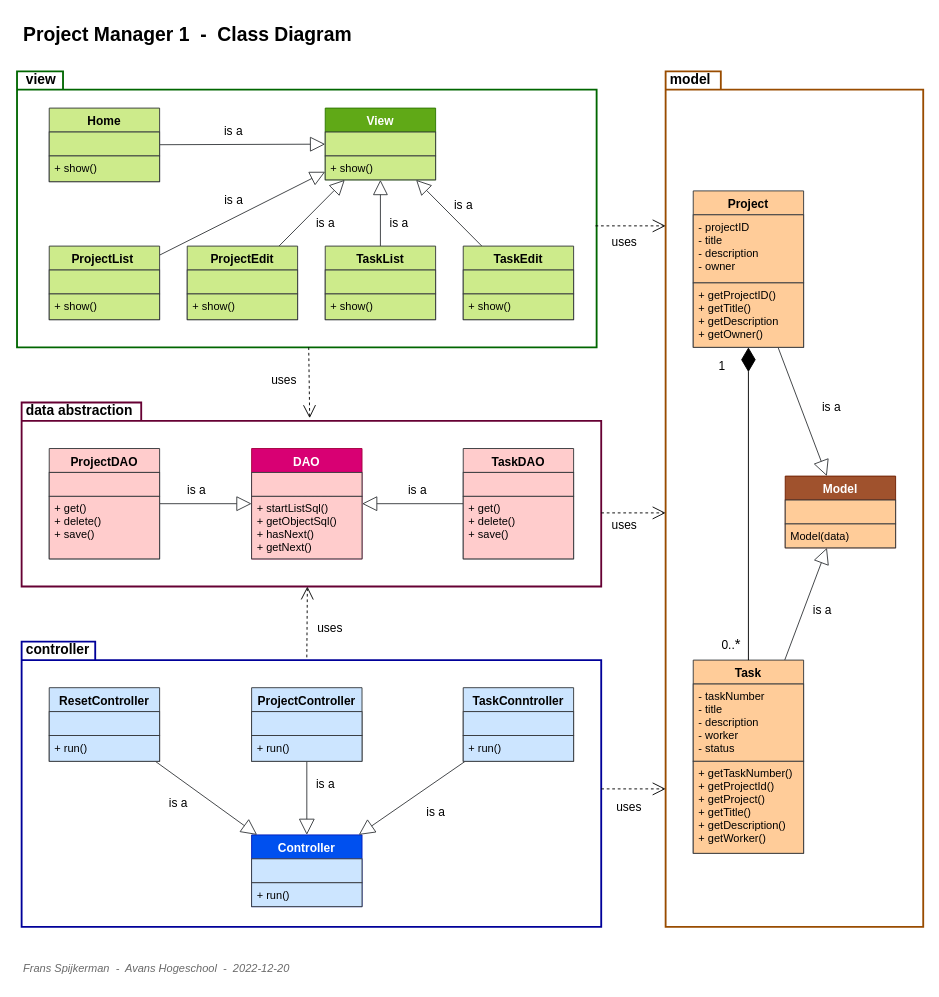
Above: doc/Class_Diagram.drawio in spijkerbak/project-manager-1 (draw.io), before the change. Source tidied: cells renumbered, new cells numbered last; positions are measured from the earlier drawing's top-left corner, leaving out a move shared by most shapes. Both pictures are drawn from the tidied source at 92%, with x=0, y=0 at pixel (17, 16).
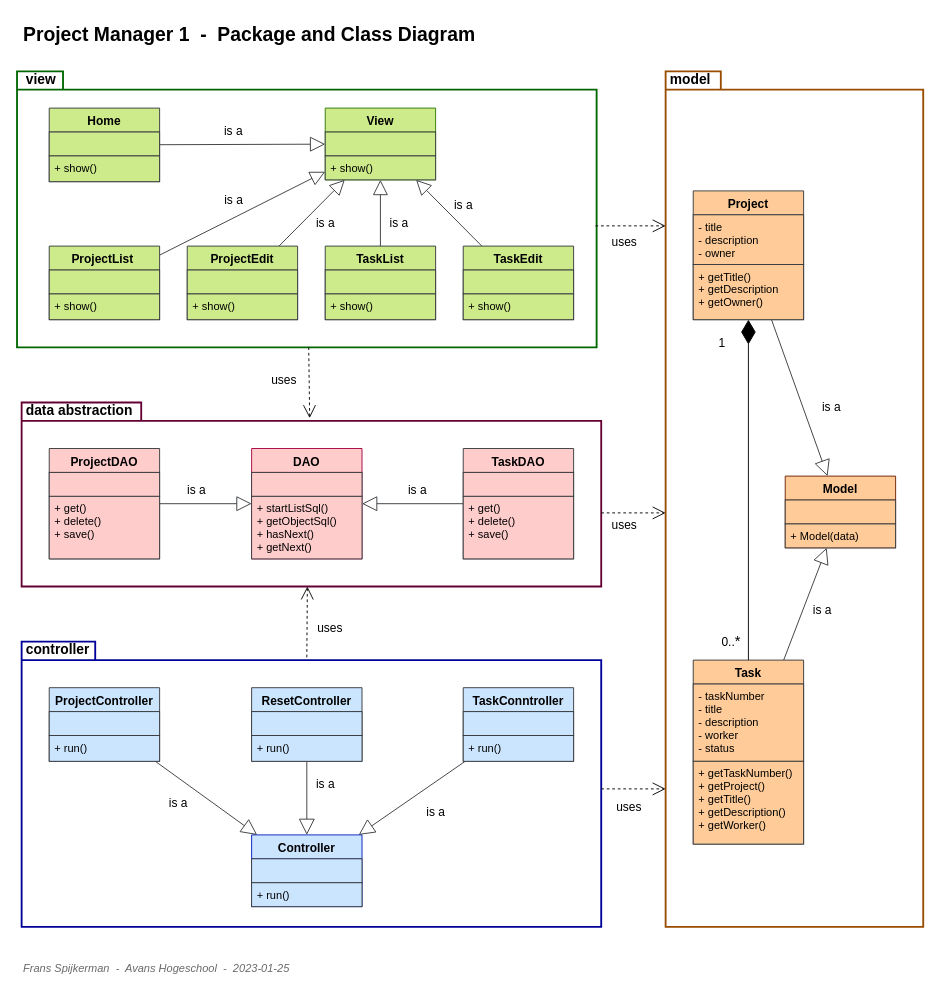
The same page after the edit.

Diff of the diagram source:
```diff
@@
-    <mxCell id="6" value="View" style="swimlane;fontStyle=1;align=center;verticalAlign=top;horizontal=1;startSize=26;rounded=0;shadow=0;strokeWidth=1;fillColor=#60a917;strokeColor=#2D7600;fontSize=13;fontColor=#ffffff;" parent="1" vertex="1">
+    <mxCell id="6" value="View" style="swimlane;fontStyle=1;align=center;verticalAlign=top;horizontal=1;startSize=26;rounded=0;shadow=0;strokeWidth=1;fillColor=#CDEB8B;strokeColor=#2D7600;fontSize=13;fontColor=#000000;" parent="1" vertex="1">
       <mxGeometry x="335" y="100" width="120" height="78" as="geometry" />
     </mxCell>
@@
-    <mxCell id="29" value="DAO" style="swimlane;fontStyle=1;align=center;verticalAlign=top;horizontal=1;startSize=26;rounded=0;shadow=0;strokeWidth=1;fillColor=#d80073;strokeColor=#A50040;fontSize=13;fontColor=#ffffff;" parent="1" vertex="1">
-      <mxGeometry x="255" y="470" width="120" height="120" as="geometry" />
-    </mxCell>
-    <mxCell id="30" value=" " style="text;align=left;verticalAlign=top;spacingLeft=4;spacingRight=4;overflow=hidden;fillColor=#ffcccc;strokeColor=#36393d;" parent="29" vertex="1">
-      <mxGeometry y="26" width="120" height="26" as="geometry" />
-    </mxCell>
-    <mxCell id="31" value="+ startListSql()&#10;+ getObjectSql()&#10;+ hasNext()&#10;+ getNext()" style="text;align=left;verticalAlign=top;spacingLeft=4;spacingRight=4;overflow=hidden;fillColor=#ffcccc;strokeColor=#36393d;" parent="29" vertex="1">
-      <mxGeometry y="52" width="120" height="68" as="geometry" />
-    </mxCell>
@@
-    <mxCell id="40" value="Model" style="swimlane;fontStyle=1;align=center;verticalAlign=top;horizontal=1;startSize=26;rounded=0;shadow=0;strokeWidth=1;fillColor=#a0522d;strokeColor=#6D1F00;fontSize=13;fontColor=#ffffff;" parent="1" vertex="1">
+    <mxCell id="40" value="Model" style="swimlane;fontStyle=1;align=center;verticalAlign=top;horizontal=1;startSize=26;rounded=0;shadow=0;strokeWidth=1;fillColor=#FFCC99;strokeColor=#6D1F00;fontSize=13;fontColor=#000000;" parent="1" vertex="1">
       <mxGeometry x="835" y="500" width="120" height="78" as="geometry" />
     </mxCell>
@@
-    <mxCell id="42" value="Model(data)" style="text;align=left;verticalAlign=top;spacingLeft=4;spacingRight=4;overflow=hidden;fillColor=#ffcc99;strokeColor=#36393d;strokeWidth=1;" parent="40" vertex="1">
+    <mxCell id="42" value="+ Model(data)" style="text;align=left;verticalAlign=top;spacingLeft=4;spacingRight=4;overflow=hidden;fillColor=#ffcc99;strokeColor=#36393d;strokeWidth=1;" parent="40" vertex="1">
       <mxGeometry y="52" width="120" height="26" as="geometry" />
     </mxCell>
@@
     <mxCell id="45" value="Project" style="swimlane;fontStyle=1;align=center;verticalAlign=top;horizontal=1;startSize=26;rounded=0;shadow=0;strokeWidth=1;fillColor=#ffcc99;strokeColor=#36393d;fontSize=13;" parent="1" vertex="1">
-      <mxGeometry x="735" y="190" width="120" height="170" as="geometry" />
+      <mxGeometry x="735" y="190" width="120" height="140" as="geometry" />
     </mxCell>
-    <mxCell id="46" value="- projectID&#10;- title&#10;- description&#10;- owner" style="text;align=left;verticalAlign=top;spacingLeft=4;spacingRight=4;overflow=hidden;fillColor=#ffcc99;strokeColor=#36393d;strokeWidth=1;" parent="45" vertex="1">
-      <mxGeometry y="26" width="120" height="74" as="geometry" />
+    <mxCell id="46" value="- title&#10;- description&#10;- owner" style="text;align=left;verticalAlign=top;spacingLeft=4;spacingRight=4;overflow=hidden;fillColor=#ffcc99;strokeColor=#36393d;strokeWidth=1;" parent="45" vertex="1">
+      <mxGeometry y="26" width="120" height="54" as="geometry" />
     </mxCell>
-    <mxCell id="47" value="+ getProjectID()&#10;+ getTitle()&#10;+ getDescription&#10;+ getOwner()" style="text;align=left;verticalAlign=top;spacingLeft=4;spacingRight=4;overflow=hidden;points=[[0,0.5],[1,0.5]];portConstraint=eastwest;fillColor=#ffcc99;strokeColor=#36393d;strokeWidth=1;" parent="45" vertex="1">
-      <mxGeometry y="100" width="120" height="70" as="geometry" />
+    <mxCell id="47" value="+ getTitle()&#10;+ getDescription&#10;+ getOwner()" style="text;align=left;verticalAlign=top;spacingLeft=4;spacingRight=4;overflow=hidden;points=[[0,0.5],[1,0.5]];portConstraint=eastwest;fillColor=#ffcc99;strokeColor=#36393d;strokeWidth=1;" parent="45" vertex="1">
+      <mxGeometry y="80" width="120" height="60" as="geometry" />
     </mxCell>
     <mxCell id="48" value="Task" style="swimlane;fontStyle=1;align=center;verticalAlign=top;horizontal=1;startSize=26;rounded=0;shadow=0;strokeWidth=1;fillColor=#ffcc99;strokeColor=#36393d;fontSize=13;" parent="1" vertex="1">
-      <mxGeometry x="735" y="700" width="120" height="210" as="geometry" />
+      <mxGeometry x="735" y="700" width="120" height="200" as="geometry" />
     </mxCell>
@@
-    <mxCell id="50" value="+ getTaskNumber()&#10;+ getProjectId()&#10;+ getProject()&#10;+ getTitle()&#10;+ getDescription()&#10;+ getWorker()&#10;" style="text;align=left;verticalAlign=top;spacingLeft=4;spacingRight=4;overflow=hidden;fillColor=#ffcc99;strokeColor=#36393d;strokeWidth=1;" parent="48" vertex="1">
-      <mxGeometry y="110" width="120" height="100" as="geometry" />
+    <mxCell id="50" value="+ getTaskNumber()&#10;+ getProject()&#10;+ getTitle()&#10;+ getDescription()&#10;+ getWorker()&#10;" style="text;align=left;verticalAlign=top;spacingLeft=4;spacingRight=4;overflow=hidden;fillColor=#ffcc99;strokeColor=#36393d;strokeWidth=1;" parent="48" vertex="1">
+      <mxGeometry y="110" width="120" height="90" as="geometry" />
     </mxCell>
-    <mxCell id="51" value="Controller" style="swimlane;fontStyle=1;align=center;verticalAlign=top;horizontal=1;startSize=26;rounded=0;shadow=0;strokeWidth=1;fillColor=#0050ef;strokeColor=#001DBC;fontSize=13;fontColor=#ffffff;" parent="1" vertex="1">
+    <mxCell id="51" value="Controller" style="swimlane;fontStyle=1;align=center;verticalAlign=top;horizontal=1;startSize=26;rounded=0;shadow=0;strokeWidth=1;fillColor=#CCE5FF;strokeColor=#001DBC;fontSize=13;fontColor=#000000;" parent="1" vertex="1">
       <mxGeometry x="255" y="890" width="120" height="78" as="geometry" />
     </mxCell>
@@
     <mxCell id="57" value="ResetController" style="swimlane;fontStyle=1;align=center;verticalAlign=top;horizontal=1;startSize=26;rounded=0;shadow=0;strokeWidth=1;fillColor=#cce5ff;strokeColor=#36393d;fontSize=13;" parent="1" vertex="1">
-      <mxGeometry x="35" y="730" width="120" height="80" as="geometry" />
+      <mxGeometry x="255" y="730" width="120" height="80" as="geometry" />
     </mxCell>
@@
     <mxCell id="60" value="ProjectController" style="swimlane;fontStyle=1;align=center;verticalAlign=top;horizontal=1;startSize=26;rounded=0;shadow=0;strokeWidth=1;fillColor=#cce5ff;strokeColor=#36393d;fontSize=13;" parent="1" vertex="1">
-      <mxGeometry x="255" y="730" width="120" height="80" as="geometry" />
+      <mxGeometry x="35" y="730" width="120" height="80" as="geometry" />
     </mxCell>
@@
-    <mxCell id="69" value="Project Manager 1&amp;nbsp; -&amp;nbsp; Class Diagram" style="text;html=1;align=left;verticalAlign=middle;strokeColor=none;fillColor=none;fontSize=21;fontStyle=1;" parent="1" vertex="1">
-      <mxGeometry x="5" width="380" height="40" as="geometry" />
+    <mxCell id="69" value="Project Manager 1&amp;nbsp; -&amp;nbsp; Package and Class Diagram" style="text;html=1;align=left;verticalAlign=middle;strokeColor=none;fillColor=none;fontSize=21;fontStyle=1;" parent="1" vertex="1">
+      <mxGeometry x="5" width="510" height="40" as="geometry" />
     </mxCell>
-    <mxCell id="70" value="Frans Spijkerman&amp;nbsp; -&amp;nbsp; Avans Hogeschool&amp;nbsp; -&amp;nbsp; 2022-12-20" style="text;html=1;align=left;verticalAlign=middle;fontSize=12;fontStyle=2;labelBackgroundColor=none;fontColor=#696969;" parent="1" vertex="1">
+    <mxCell id="70" value="Frans Spijkerman&amp;nbsp; -&amp;nbsp; Avans Hogeschool&amp;nbsp; -&amp;nbsp; 2023-01-25" style="text;html=1;align=left;verticalAlign=middle;fontSize=12;fontStyle=2;labelBackgroundColor=none;fontColor=#696969;" parent="1" vertex="1">
       <mxGeometry x="5" y="1020" width="310" height="30" as="geometry" />
     </mxCell>
@@
+    <mxCell id="29" value="DAO" style="swimlane;fontStyle=1;align=center;verticalAlign=top;horizontal=1;startSize=26;rounded=0;shadow=0;strokeWidth=1;fillColor=#FFCCCC;strokeColor=#A50040;fontSize=13;fontColor=default;" parent="1" vertex="1">
+      <mxGeometry x="255" y="470" width="120" height="120" as="geometry" />
+    </mxCell>
+    <mxCell id="30" value=" " style="text;align=left;verticalAlign=top;spacingLeft=4;spacingRight=4;overflow=hidden;fillColor=#ffcccc;strokeColor=#36393d;" parent="29" vertex="1">
+      <mxGeometry y="26" width="120" height="26" as="geometry" />
+    </mxCell>
+    <mxCell id="31" value="+ startListSql()&#10;+ getObjectSql()&#10;+ hasNext()&#10;+ getNext()" style="text;align=left;verticalAlign=top;spacingLeft=4;spacingRight=4;overflow=hidden;fillColor=#ffcccc;strokeColor=#36393d;" parent="29" vertex="1">
+      <mxGeometry y="52" width="120" height="68" as="geometry" />
+    </mxCell>
```
